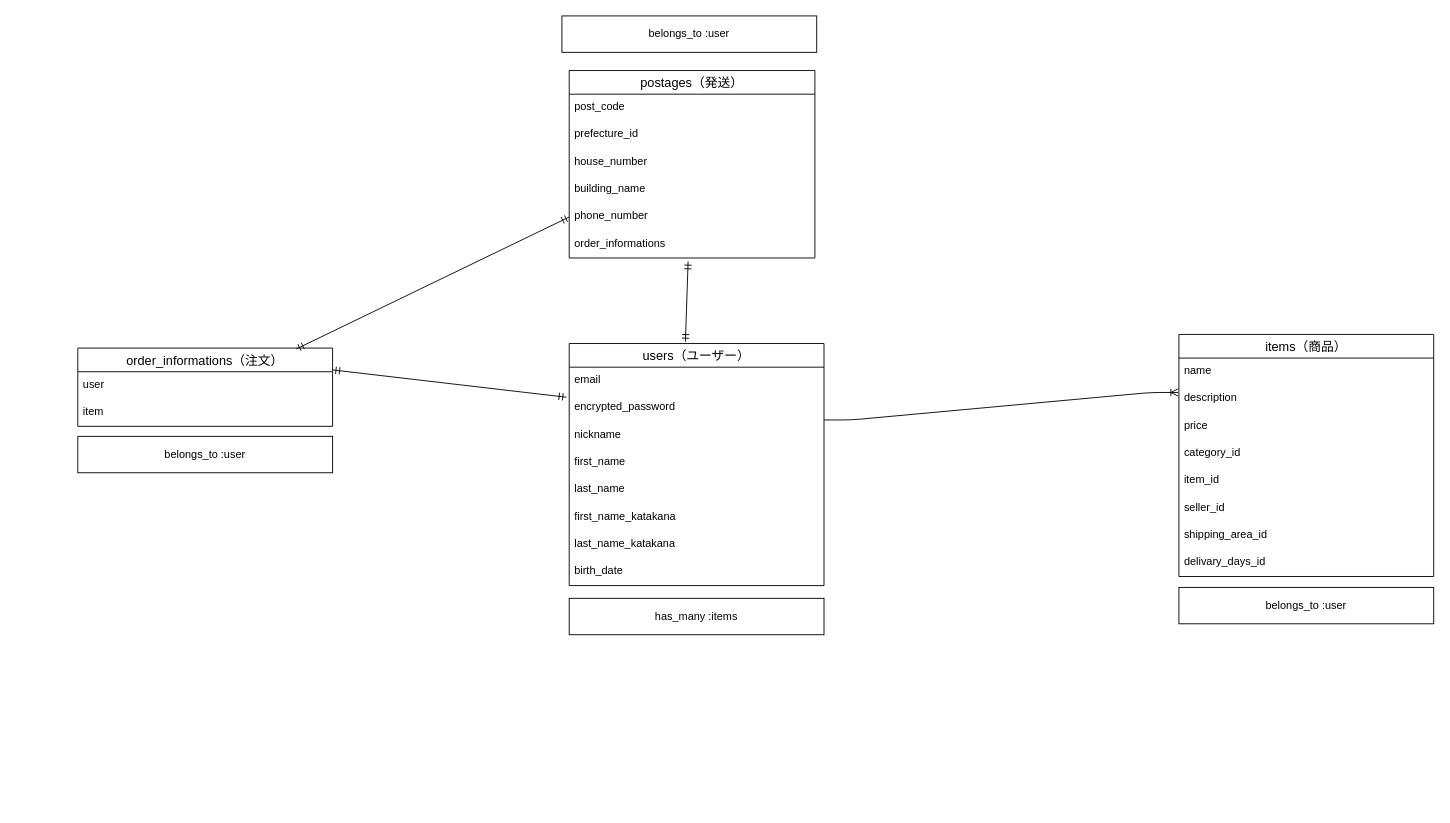
The draw.io diagram furima.dio in ippeiman/furima-39106, before the edit. Source tidied: cells renumbered, new cells numbered last; positions are measured from the earlier drawing's top-left corner, leaving out a move shared by most shapes. Both pictures are drawn from the tidied source at 91%, with x=0, y=0 at pixel (77, 15).
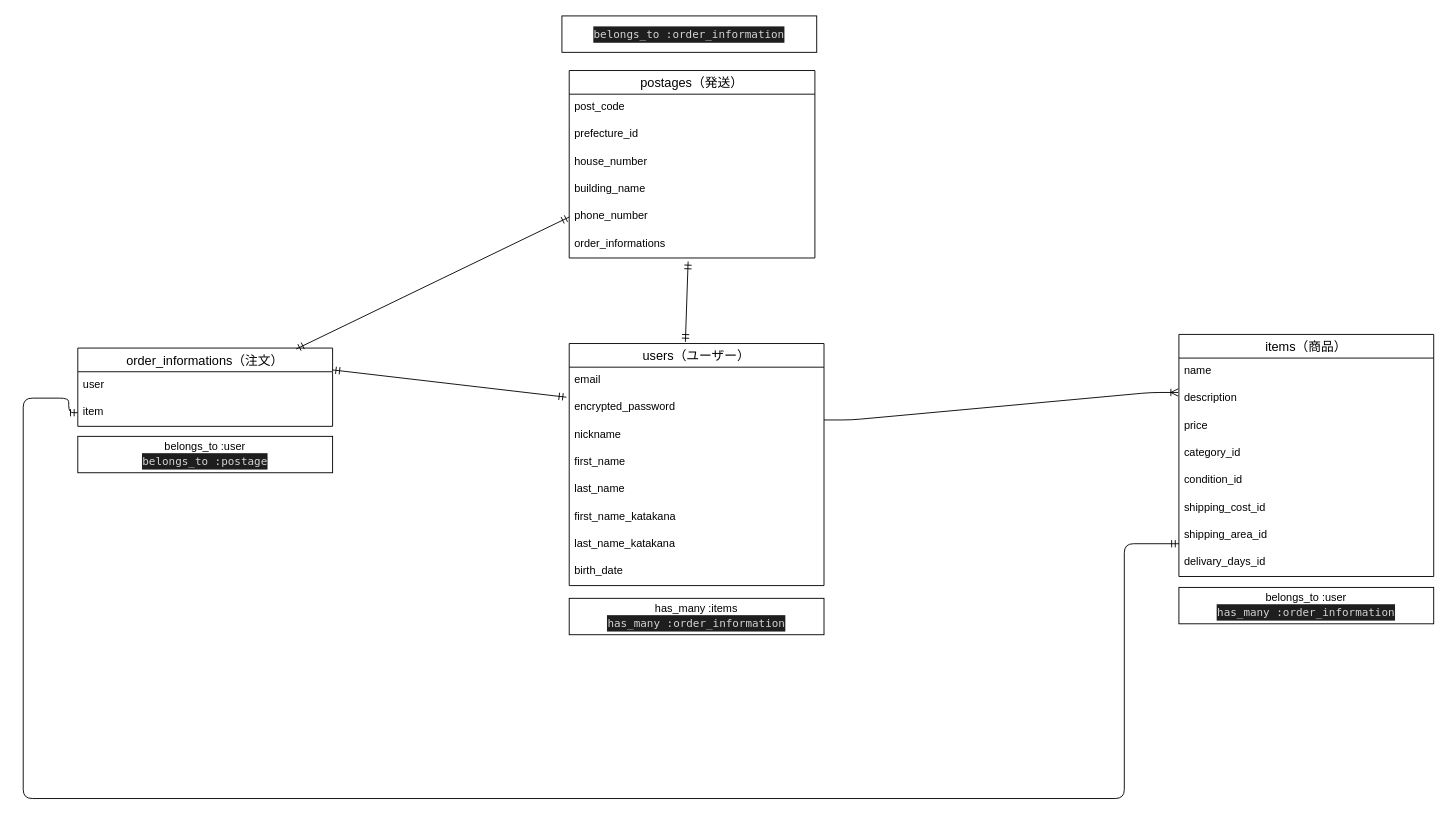
Above is the later version.

Commit message (it also covers changes not shown here):
データベース設計rev.4

Unchanged cells that the change refers to:
```xml
<mxCell id="12" value="items（商品）" style="swimlane;fontStyle=0;horizontal=1;startSize=26;align=center;fontSize=14;" parent="1" vertex="1">
  <mxGeometry x="1210" y="350" width="280" height="266" as="geometry" />
</mxCell>
<mxCell id="23" value="item" style="text;strokeColor=none;fillColor=none;spacingLeft=4;spacingRight=4;overflow=hidden;points=[[0,0.5],[1,0.5]];portConstraint=eastwest;fontSize=12;" parent="21" vertex="1">
  <mxGeometry y="56" width="280" height="30" as="geometry" />
</mxCell>
```

The edit, as a diff of the source:
```diff
@@
-    <mxCell id="17" value="item_id" style="text;strokeColor=none;fillColor=none;spacingLeft=4;spacingRight=4;overflow=hidden;fontSize=12;" parent="12" vertex="1">
+    <mxCell id="17" value="condition_id" style="text;strokeColor=none;fillColor=none;spacingLeft=4;spacingRight=4;overflow=hidden;fontSize=12;" parent="12" vertex="1">
       <mxGeometry y="146" width="280" height="30" as="geometry" />
     </mxCell>
-    <mxCell id="18" value="seller_id" style="text;strokeColor=none;fillColor=none;spacingLeft=4;spacingRight=4;overflow=hidden;fontSize=12;" parent="12" vertex="1">
+    <mxCell id="18" value="shipping_cost_id" style="text;strokeColor=none;fillColor=none;spacingLeft=4;spacingRight=4;overflow=hidden;fontSize=12;" parent="12" vertex="1">
       <mxGeometry y="176" width="280" height="30" as="geometry" />
     </mxCell>
@@
-    <mxCell id="26" value="belongs_to :user" style="whiteSpace=wrap;html=1;align=center;" parent="1" vertex="1">
+    <mxCell id="26" value="belongs_to :user&lt;br&gt;&lt;div style=&quot;color: rgb(212, 212, 212); background-color: rgb(30, 30, 30); font-family: Menlo, Monaco, &amp;quot;Courier New&amp;quot;, monospace; line-height: 18px;&quot;&gt;has_many :order_information&lt;/div&gt;" style="whiteSpace=wrap;html=1;align=center;" parent="1" vertex="1">
       <mxGeometry x="1210" y="628" width="280" height="40" as="geometry" />
     </mxCell>
-    <mxCell id="27" value="belongs_to :user" style="whiteSpace=wrap;html=1;align=center;" parent="1" vertex="1">
+    <mxCell id="27" value="belongs_to :user&lt;br&gt;&lt;div style=&quot;color: rgb(212, 212, 212); background-color: rgb(30, 30, 30); font-family: Menlo, Monaco, &amp;quot;Courier New&amp;quot;, monospace; line-height: 18px;&quot;&gt;belongs_to :postage&lt;/div&gt;" style="whiteSpace=wrap;html=1;align=center;" parent="1" vertex="1">
       <mxGeometry y="462" width="280" height="40" as="geometry" />
     </mxCell>
@@
-    <mxCell id="35" value="belongs_to :user" style="whiteSpace=wrap;html=1;align=center;" parent="1" vertex="1">
+    <mxCell id="35" value="&lt;div style=&quot;color: rgb(212, 212, 212); background-color: rgb(30, 30, 30); font-family: Menlo, Monaco, &amp;quot;Courier New&amp;quot;, monospace; line-height: 18px;&quot;&gt;belongs_to :order_information&lt;/div&gt;" style="whiteSpace=wrap;html=1;align=center;" parent="1" vertex="1">
       <mxGeometry x="532" width="280" height="40" as="geometry" />
     </mxCell>
@@
-    <mxCell id="37" value="has_many :items" style="whiteSpace=wrap;html=1;align=center;" parent="1" vertex="1">
+    <mxCell id="37" value="has_many :items&lt;br&gt;&lt;div style=&quot;color: rgb(212, 212, 212); background-color: rgb(30, 30, 30); font-family: Menlo, Monaco, &amp;quot;Courier New&amp;quot;, monospace; line-height: 18px;&quot;&gt;has_many :order_information&lt;/div&gt;" style="whiteSpace=wrap;html=1;align=center;" parent="1" vertex="1">
       <mxGeometry x="540" y="640" width="280" height="40" as="geometry" />
     </mxCell>
@@
+    <mxCell id="39" style="edgeStyle=orthogonalEdgeStyle;fontSize=12;html=1;endArrow=ERmandOne;startArrow=ERmandOne;exitX=0;exitY=0.5;exitDx=0;exitDy=0;" parent="1" edge="1" source="23">
+      <mxGeometry relative="1" as="geometry">
+        <mxPoint x="1210" y="580" as="targetPoint" />
+        <Array as="points">
+          <mxPoint x="-10" y="436" />
+          <mxPoint x="-10" y="420" />
+          <mxPoint x="-60" y="420" />
+          <mxPoint x="-60" y="860" />
+          <mxPoint x="1150" y="860" />
+          <mxPoint x="1150" y="580" />
+        </Array>
+      </mxGeometry>
+    </mxCell>
```
